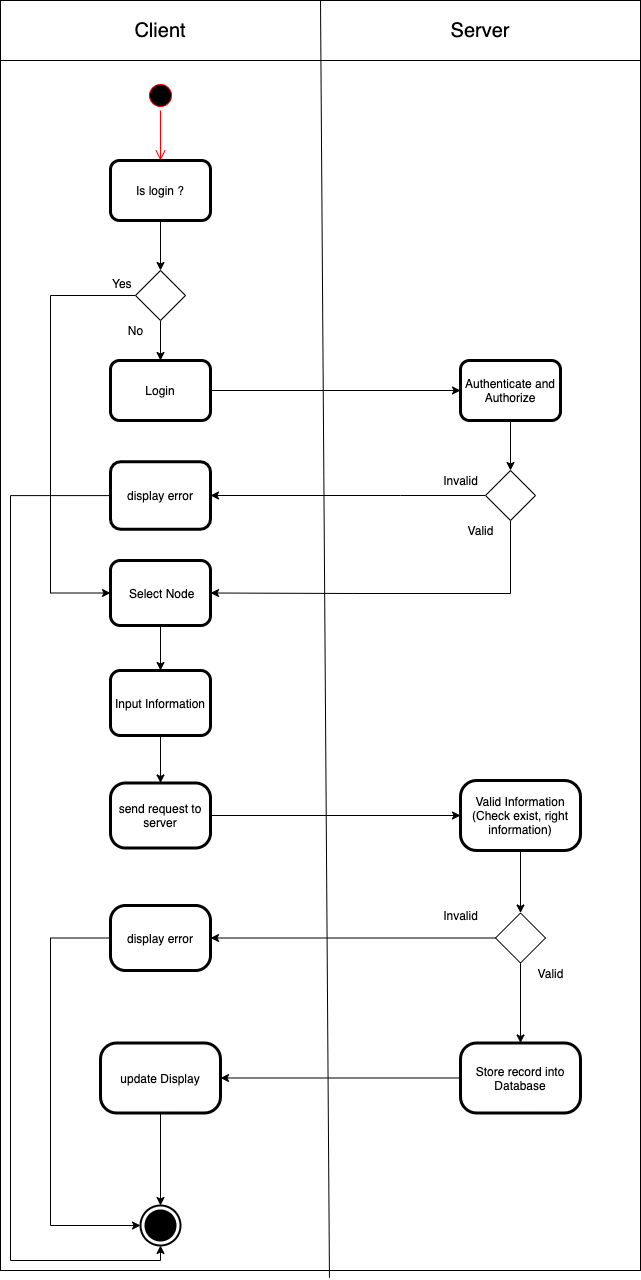
Earlier version of the draw.io export org_chart_activity_update.png (1552134/org_chart_diagram). Source tidied: cells renumbered, new cells last; positions are measured from the earlier drawing's top-left corner, leaving out a move shared by most shapes.
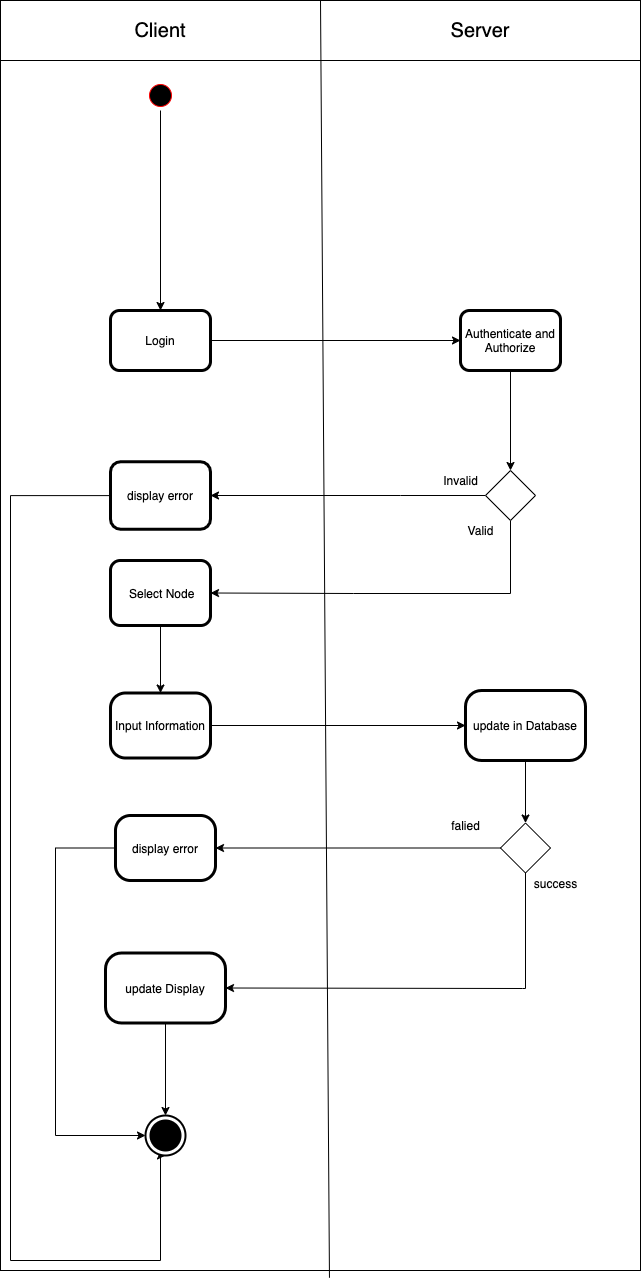
The same diagram one commit later.

Commit message:
org_chart_v2

What changed in the source:
```diff
@@ -5,17 +5,17 @@
     <mxCell id="2" style="html=1;dashed=0;whitespace=wrap;" parent="1" vertex="1">
       <mxGeometry y="60" width="640" height="1210" as="geometry" />
     </mxCell>
+    <mxCell id="4" style="edgeStyle=orthogonalEdgeStyle;rounded=0;jettySize=auto;html=1;entryX=0.5;entryY=0;entryDx=0;entryDy=0;" parent="1" edge="1" source="3" target="6">
+      <mxGeometry relative="1" as="geometry" />
+    </mxCell>
     <mxCell id="3" style="ellipse;html=1;shape=startState;fillColor=#000000;strokeColor=#ff0000;" parent="1" vertex="1">
       <mxGeometry x="145" y="80" width="30" height="30" as="geometry" />
     </mxCell>
-    <mxCell id="4" style="edgeStyle=orthogonalEdgeStyle;html=1;verticalAlign=bottom;endArrow=open;endSize=8;strokeColor=#ff0000;entryX=0.5;entryY=0;entryDx=0;entryDy=0;" parent="1" edge="1" source="3" target="6">
-      <mxGeometry relative="1" as="geometry" />
-    </mxCell>
-    <mxCell id="5" style="edgeStyle=orthogonalEdgeStyle;rounded=0;jettySize=auto;html=1;entryX=0.5;entryY=0;entryDx=0;entryDy=0;" parent="1" edge="1" source="6" target="11">
-      <mxGeometry relative="1" as="geometry" />
-    </mxCell>
+    <mxCell id="47" style="edgeStyle=orthogonalEdgeStyle;rounded=0;jettySize=auto;html=1;" parent="1" edge="1" source="6" target="15">
+      <mxGeometry relative="1" as="geometry" />
+    </mxCell>
-    <mxCell id="6" value="Is login ?" style="shape=ext;rounded=1;html=1;whiteSpace=wrap;strokeWidth=3;" parent="1" vertex="1">
-      <mxGeometry x="110" y="160" width="100" height="60" as="geometry" />
+    <mxCell id="6" value="Login" style="shape=ext;rounded=1;html=1;whiteSpace=wrap;strokeWidth=3;" parent="1" vertex="1">
+      <mxGeometry x="110" y="310" width="100" height="60" as="geometry" />
     </mxCell>
     <mxCell id="7" style="edgeStyle=orthogonalEdgeStyle;rounded=0;jettySize=auto;html=1;entryX=0.5;entryY=1;entryDx=0;entryDy=0;entryPerimeter=0;" parent="1" edge="1" source="8" target="32">
       <mxGeometry relative="1" as="geometry">
@@ -29,31 +29,11 @@
     <mxCell id="8" value="display error" style="shape=ext;rounded=1;html=1;whiteSpace=wrap;strokeWidth=3;" parent="1" vertex="1">
       <mxGeometry x="110" y="461.2" width="100" height="67.5" as="geometry" />
     </mxCell>
-    <mxCell id="9" style="edgeStyle=orthogonalEdgeStyle;rounded=0;jettySize=auto;html=1;entryX=0.5;entryY=0;entryDx=0;entryDy=0;" parent="1" edge="1" source="11" target="13">
-      <mxGeometry relative="1" as="geometry" />
-    </mxCell>
-    <mxCell id="10" style="edgeStyle=orthogonalEdgeStyle;rounded=0;jettySize=auto;html=1;entryX=0;entryY=0.5;entryDx=0;entryDy=0;" parent="1" edge="1" source="11" target="31">
-      <mxGeometry relative="1" as="geometry">
-        <Array as="points">
-          <mxPoint x="50" y="295" />
-          <mxPoint x="50" y="593" />
-        </Array>
-      </mxGeometry>
-    </mxCell>
-    <mxCell id="11" style="rhombus;whiteSpace=wrap;html=1;" parent="1" vertex="1">
-      <mxGeometry x="135" y="270" width="50" height="50" as="geometry" />
-    </mxCell>
-    <mxCell id="12" style="edgeStyle=orthogonalEdgeStyle;rounded=0;jettySize=auto;html=1;" parent="1" edge="1" source="13" target="15">
-      <mxGeometry relative="1" as="geometry" />
-    </mxCell>
-    <mxCell id="13" value="Login" style="shape=ext;rounded=1;html=1;whiteSpace=wrap;strokeWidth=3;" parent="1" vertex="1">
-      <mxGeometry x="110" y="360" width="100" height="60" as="geometry" />
-    </mxCell>
     <mxCell id="14" style="edgeStyle=orthogonalEdgeStyle;rounded=0;jettySize=auto;html=1;entryX=0.5;entryY=0;entryDx=0;entryDy=0;" parent="1" edge="1" source="15" target="18">
       <mxGeometry relative="1" as="geometry" />
     </mxCell>
     <mxCell id="15" value="Authenticate and Authorize" style="shape=ext;rounded=1;html=1;whiteSpace=wrap;strokeWidth=3;" parent="1" vertex="1">
-      <mxGeometry x="460" y="360" width="100" height="60" as="geometry" />
+      <mxGeometry x="460" y="310" width="100" height="60" as="geometry" />
     </mxCell>
     <mxCell id="16" style="edgeStyle=orthogonalEdgeStyle;rounded=0;jettySize=auto;html=1;entryX=1;entryY=0.5;entryDx=0;entryDy=0;" parent="1" edge="1" source="18" target="8">
       <mxGeometry relative="1" as="geometry">
@@ -77,55 +57,54 @@
     <mxCell id="19" style="edgeStyle=orthogonalEdgeStyle;rounded=0;jettySize=auto;html=1;entryX=0;entryY=0.5;entryDx=0;entryDy=0;" parent="1" edge="1" source="20" target="22">
       <mxGeometry relative="1" as="geometry" />
     </mxCell>
-    <mxCell id="20" value="send request to server" style="shape=ext;rounded=1;html=1;whiteSpace=wrap;strokeWidth=3;arcSize=23;" parent="1" vertex="1">
-      <mxGeometry x="110" y="782.5" width="100" height="65" as="geometry" />
+    <mxCell id="20" value="Input Information" style="shape=ext;rounded=1;html=1;whiteSpace=wrap;strokeWidth=3;arcSize=23;" parent="1" vertex="1">
+      <mxGeometry x="110" y="692.5" width="100" height="65" as="geometry" />
     </mxCell>
     <mxCell id="21" style="edgeStyle=orthogonalEdgeStyle;rounded=0;jettySize=auto;html=1;entryX=0.5;entryY=0;entryDx=0;entryDy=0;" parent="1" edge="1" source="22" target="25">
       <mxGeometry relative="1" as="geometry" />
     </mxCell>
-    <mxCell id="22" value="Valid Information&lt;br&gt;(Check exist, right information)" style="shape=ext;rounded=1;html=1;whiteSpace=wrap;strokeWidth=3;arcSize=23;" parent="1" vertex="1">
-      <mxGeometry x="460" y="780" width="120" height="70" as="geometry" />
+    <mxCell id="22" value="update in Database" style="shape=ext;rounded=1;html=1;whiteSpace=wrap;strokeWidth=3;arcSize=23;" parent="1" vertex="1">
+      <mxGeometry x="465" y="690" width="120" height="70" as="geometry" />
     </mxCell>
     <mxCell id="23" style="edgeStyle=orthogonalEdgeStyle;rounded=0;jettySize=auto;html=1;entryX=1;entryY=0.5;entryDx=0;entryDy=0;" parent="1" edge="1" source="25" target="27">
       <mxGeometry relative="1" as="geometry" />
     </mxCell>
-    <mxCell id="24" style="edgeStyle=orthogonalEdgeStyle;rounded=0;jettySize=auto;html=1;entryX=0.5;entryY=0;entryDx=0;entryDy=0;" parent="1" edge="1" source="25" target="29">
-      <mxGeometry relative="1" as="geometry" />
-    </mxCell>
     <mxCell id="25" style="rhombus;whiteSpace=wrap;html=1;" parent="1" vertex="1">
-      <mxGeometry x="495" y="912.5" width="50" height="50" as="geometry" />
+      <mxGeometry x="500" y="822.5" width="50" height="50" as="geometry" />
     </mxCell>
     <mxCell id="26" style="edgeStyle=orthogonalEdgeStyle;rounded=0;jettySize=auto;html=1;entryX=0;entryY=0.5;entryDx=0;entryDy=0;entryPerimeter=0;" parent="1" edge="1" source="27" target="32">
       <mxGeometry relative="1" as="geometry">
         <Array as="points">
-          <mxPoint x="50" y="938" />
-          <mxPoint x="50" y="1225" />
+          <mxPoint x="55" y="848" />
+          <mxPoint x="55" y="1135" />
         </Array>
       </mxGeometry>
     </mxCell>
     <mxCell id="27" value="display error" style="shape=ext;rounded=1;html=1;whiteSpace=wrap;strokeWidth=3;arcSize=23;" parent="1" vertex="1">
-      <mxGeometry x="110" y="905" width="100" height="65" as="geometry" />
+      <mxGeometry x="115" y="815" width="100" height="65" as="geometry" />
     </mxCell>
-    <mxCell id="28" style="edgeStyle=orthogonalEdgeStyle;rounded=0;jettySize=auto;html=1;entryX=1;entryY=0.5;entryDx=0;entryDy=0;" parent="1" edge="1" source="29" target="34">
-      <mxGeometry relative="1" as="geometry" />
+    <mxCell id="28" style="edgeStyle=orthogonalEdgeStyle;rounded=0;jettySize=auto;html=1;entryX=1;entryY=0.5;entryDx=0;entryDy=0;exitX=0.5;exitY=1;exitDx=0;exitDy=0;" parent="1" edge="1" source="25" target="34">
+      <mxGeometry relative="1" as="geometry">
+        <Array as="points">
+          <mxPoint x="525" y="988" />
+          <mxPoint x="522" y="988" />
+        </Array>
+      </mxGeometry>
     </mxCell>
-    <mxCell id="29" value="Store record into Database" style="shape=ext;rounded=1;html=1;whiteSpace=wrap;strokeWidth=3;arcSize=23;" parent="1" vertex="1">
-      <mxGeometry x="460" y="1042.5" width="120" height="70" as="geometry" />
-    </mxCell>
-    <mxCell id="30" style="edgeStyle=orthogonalEdgeStyle;rounded=0;jettySize=auto;html=1;entryX=0.5;entryY=0;entryDx=0;entryDy=0;" parent="1" edge="1" source="31" target="46">
-      <mxGeometry relative="1" as="geometry" />
-    </mxCell>
+    <mxCell id="48" style="edgeStyle=orthogonalEdgeStyle;rounded=0;jettySize=auto;html=1;entryX=0.5;entryY=0;entryDx=0;entryDy=0;" parent="1" edge="1" source="31" target="20">
+      <mxGeometry relative="1" as="geometry" />
+    </mxCell>
     <mxCell id="31" value="&amp;nbsp;Select Node" style="shape=ext;rounded=1;html=1;whiteSpace=wrap;strokeWidth=3;" parent="1" vertex="1">
       <mxGeometry x="110" y="560" width="100" height="65" as="geometry" />
     </mxCell>
     <mxCell id="32" style="html=1;shape=mxgraph.sysml.actFinal;strokeWidth=2;verticalLabelPosition=bottom;verticalAlignment=top;" parent="1" vertex="1">
-      <mxGeometry x="140" y="1205" width="40" height="40" as="geometry" />
+      <mxGeometry x="145" y="1115" width="40" height="40" as="geometry" />
     </mxCell>
     <mxCell id="33" style="edgeStyle=orthogonalEdgeStyle;rounded=0;jettySize=auto;html=1;entryX=0.5;entryY=0;entryDx=0;entryDy=0;entryPerimeter=0;" parent="1" edge="1" source="34" target="32">
       <mxGeometry relative="1" as="geometry" />
     </mxCell>
     <mxCell id="34" value="update Display" style="shape=ext;rounded=1;html=1;whiteSpace=wrap;strokeWidth=3;arcSize=23;" parent="1" vertex="1">
-      <mxGeometry x="100" y="1042.5" width="120" height="70" as="geometry" />
+      <mxGeometry x="105" y="952.5" width="120" height="70" as="geometry" />
     </mxCell>
     <mxCell id="35" value="Invalid" style="text;html=1;align=center;verticalAlign=middle;" parent="1" vertex="1">
       <mxGeometry x="435" y="470" width="50" height="20" as="geometry" />
@@ -133,18 +112,12 @@
     <mxCell id="36" value="Valid" style="text;html=1;align=center;verticalAlign=middle;" parent="1" vertex="1">
       <mxGeometry x="460" y="520" width="40" height="20" as="geometry" />
     </mxCell>
-    <mxCell id="37" value="Valid" style="text;html=1;align=center;verticalAlign=middle;" parent="1" vertex="1">
-      <mxGeometry x="530" y="962.5" width="40" height="20" as="geometry" />
+    <mxCell id="37" value="success" style="text;html=1;align=center;verticalAlign=middle;" parent="1" vertex="1">
+      <mxGeometry x="525" y="872.5" width="60" height="20" as="geometry" />
     </mxCell>
-    <mxCell id="38" value="Invalid" style="text;html=1;align=center;verticalAlign=middle;" parent="1" vertex="1">
-      <mxGeometry x="435" y="905" width="50" height="20" as="geometry" />
+    <mxCell id="38" value="falied" style="text;html=1;align=center;verticalAlign=middle;" parent="1" vertex="1">
+      <mxGeometry x="445" y="815" width="40" height="20" as="geometry" />
     </mxCell>
-    <mxCell id="39" value="No" style="text;html=1;align=center;verticalAlign=middle;" parent="1" vertex="1">
-      <mxGeometry x="120" y="320" width="30" height="20" as="geometry" />
-    </mxCell>
-    <mxCell id="40" value="&lt;div style=&quot;text-align: center&quot;&gt;&lt;span&gt;&lt;font face=&quot;helvetica&quot;&gt;Yes&lt;/font&gt;&lt;/span&gt;&lt;/div&gt;" style="text;whiteSpace=wrap;html=1;" parent="1" vertex="1">
-      <mxGeometry x="110" y="270" width="40" height="30" as="geometry" />
-    </mxCell>
     <mxCell id="41" style="rounded=0;whiteSpace=wrap;html=1;" parent="1" vertex="1">
       <mxGeometry width="640" height="60" as="geometry" />
     </mxCell>
@@ -157,11 +130,5 @@
     <mxCell id="44" value="&lt;font style=&quot;font-size: 20px&quot;&gt;Server&lt;/font&gt;" style="text;html=1;strokeColor=none;fillColor=none;align=center;verticalAlign=middle;whiteSpace=wrap;rounded=0;strokeWidth=1;" parent="1" vertex="1">
       <mxGeometry x="415" y="20" width="130" height="20" as="geometry" />
     </mxCell>
-    <mxCell id="45" style="edgeStyle=orthogonalEdgeStyle;rounded=0;jettySize=auto;html=1;" parent="1" edge="1" source="46" target="20">
-      <mxGeometry relative="1" as="geometry" />
-    </mxCell>
-    <mxCell id="46" value="Input Information" style="shape=ext;rounded=1;html=1;whiteSpace=wrap;strokeWidth=3;" parent="1" vertex="1">
-      <mxGeometry x="110" y="670" width="100" height="65" as="geometry" />
-    </mxCell>
   </root>
 </mxGraphModel>
```
